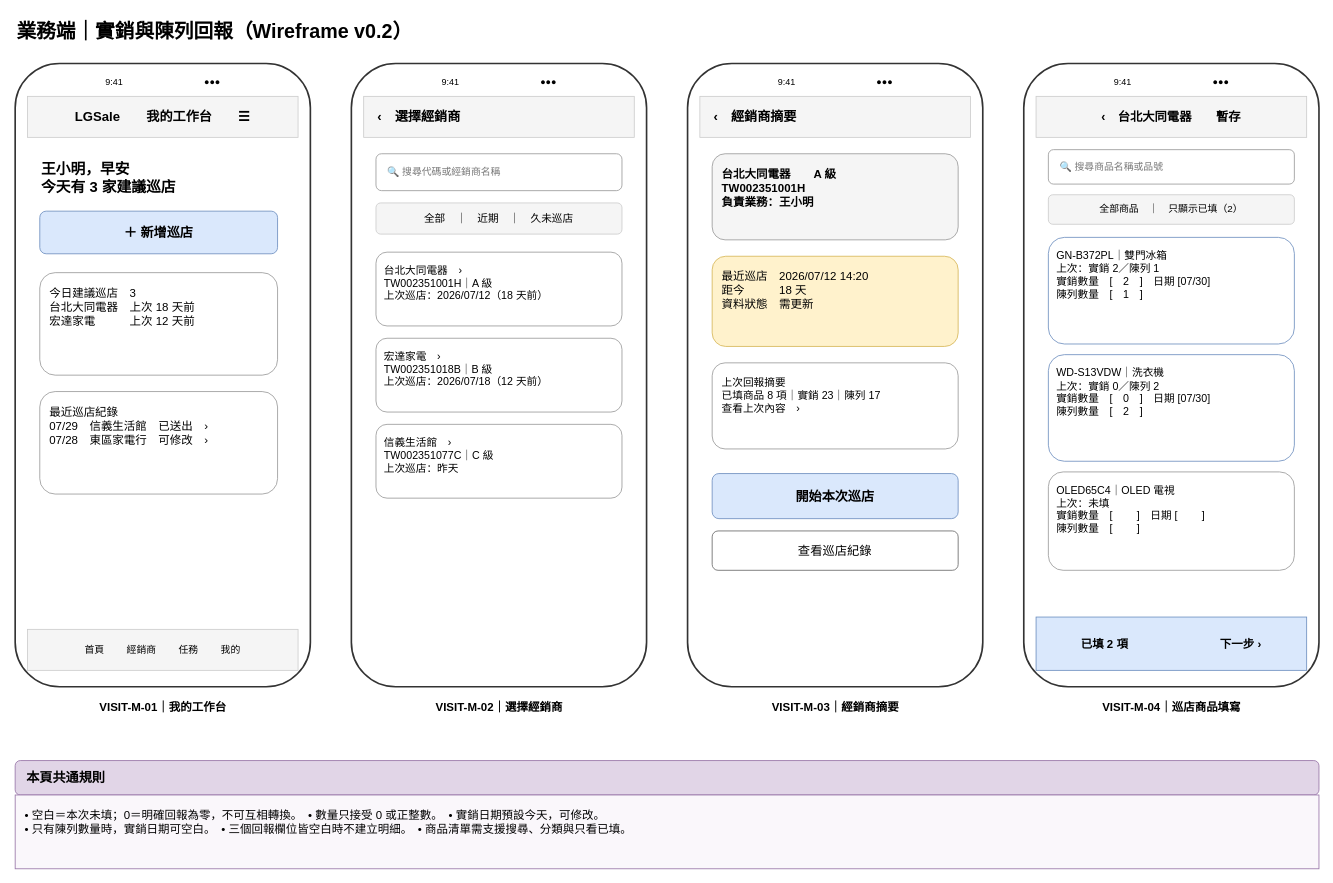
Before: page "02_業務端_實銷與陳列" (3 of 7) of Codex筆記/LGSale_UI_Wireframe.drawio in tim5612/LGSaleOut, a draw.io diagram. Source tidied: cells renumbered, new cells numbered last; positions are measured from the earlier drawing's top-left corner, leaving out a move shared by most shapes. Both pictures are drawn from the tidied source at 82%, with x=0, y=0 at pixel (15, 14).
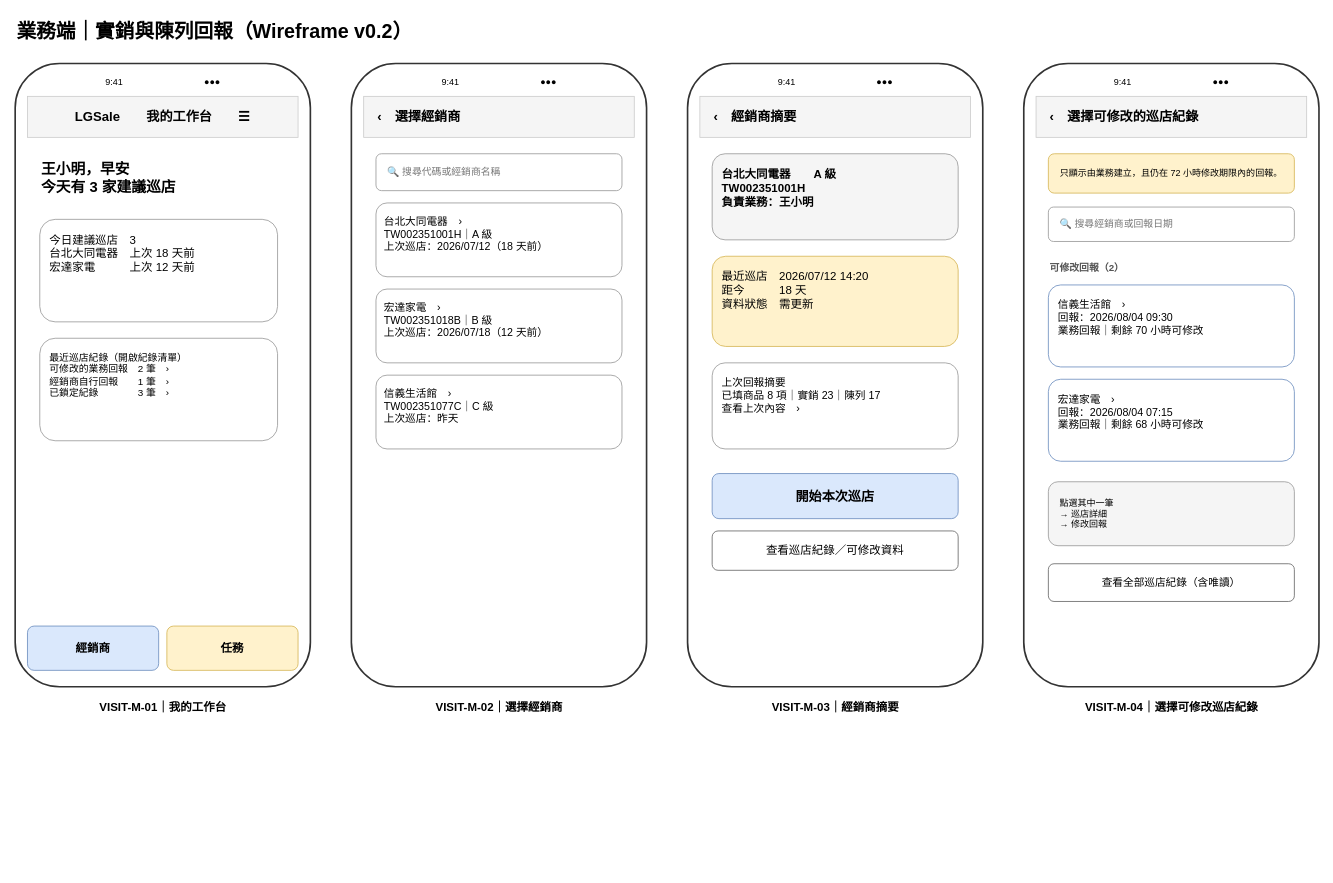
After the change.

Change to the diagram source:
```diff
@@
-    <mxCell id="7" value="＋ 新增巡店" style="rounded=1;whiteSpace=wrap;html=1;fillColor=#dae8fc;strokeColor=#6c8ebf;fontStyle=1;fontSize=16;" parent="1" vertex="1">
-      <mxGeometry x="30" y="240" width="290" height="52" as="geometry" />
-    </mxCell>
     <mxCell id="8" value="今日建議巡店　3&#10;台北大同電器　上次 18 天前&#10;宏達家電　　　上次 12 天前" style="rounded=1;whiteSpace=wrap;html=1;fillColor=#ffffff;strokeColor=#999999;align=left;verticalAlign=top;spacing=12;fontSize=14;" parent="1" vertex="1">
-      <mxGeometry x="30" y="315" width="290" height="125" as="geometry" />
+      <mxGeometry x="30" y="250" width="290" height="125" as="geometry" />
     </mxCell>
-    <mxCell id="9" value="最近巡店紀錄&#10;07/29　信義生活館　已送出　›&#10;07/28　東區家電行　可修改　›" style="rounded=1;whiteSpace=wrap;html=1;fillColor=#ffffff;strokeColor=#999999;align=left;verticalAlign=top;spacing=12;fontSize=14;" parent="1" vertex="1">
-      <mxGeometry x="30" y="460" width="290" height="125" as="geometry" />
+    <mxCell id="9" value="最近巡店紀錄（開啟紀錄清單）&#10;可修改的業務回報　2 筆　›&#10;經銷商自行回報　　1 筆　›&#10;已鎖定紀錄　　　　3 筆　›" style="rounded=1;whiteSpace=wrap;html=1;fillColor=#ffffff;strokeColor=#999999;align=left;verticalAlign=top;spacing=12;fontSize=12;" parent="1" vertex="1">
+      <mxGeometry x="30" y="395" width="290" height="125" as="geometry" />
     </mxCell>
-    <mxCell id="10" value="首頁　　 經銷商　　 任務　　 我的" style="rounded=0;whiteSpace=wrap;html=1;fillColor=#f5f5f5;strokeColor=#cccccc;fontSize=12;" parent="1" vertex="1">
-      <mxGeometry x="15" y="750" width="330" height="50" as="geometry" />
-    </mxCell>
+    <mxCell id="42" value="經銷商" style="rounded=1;whiteSpace=wrap;html=1;fillColor=#dae8fc;strokeColor=#6c8ebf;fontStyle=1;fontSize=14;" parent="1" vertex="1">
+      <mxGeometry x="15" y="746" width="160" height="54" as="geometry" />
+    </mxCell>
+    <mxCell id="43" value="任務" style="rounded=1;whiteSpace=wrap;html=1;fillColor=#fff2cc;strokeColor=#d6b656;fontStyle=1;fontSize=14;" parent="1" vertex="1">
+      <mxGeometry x="185" y="746" width="160" height="54" as="geometry" />
+    </mxCell>
@@
-    <mxCell id="16" value="全部　｜　近期　｜　久未巡店" style="rounded=1;whiteSpace=wrap;html=1;fillColor=#f5f5f5;strokeColor=#cccccc;fontSize=13;" parent="1" vertex="1">
-      <mxGeometry x="440" y="230" width="300" height="38" as="geometry" />
-    </mxCell>
     <mxCell id="17" value="台北大同電器　›&#10;TW002351001H｜A 級&#10;上次巡店：2026/07/12（18 天前）" style="rounded=1;whiteSpace=wrap;html=1;fillColor=#ffffff;strokeColor=#999999;align=left;verticalAlign=top;spacing=10;fontSize=13;" parent="1" vertex="1">
-      <mxGeometry x="440" y="290" width="300" height="90" as="geometry" />
+      <mxGeometry x="440" y="230" width="300" height="90" as="geometry" />
     </mxCell>
     <mxCell id="18" value="宏達家電　›&#10;TW002351018B｜B 級&#10;上次巡店：2026/07/18（12 天前）" style="rounded=1;whiteSpace=wrap;html=1;fillColor=#ffffff;strokeColor=#999999;align=left;verticalAlign=top;spacing=10;fontSize=13;" parent="1" vertex="1">
-      <mxGeometry x="440" y="395" width="300" height="90" as="geometry" />
+      <mxGeometry x="440" y="335" width="300" height="90" as="geometry" />
     </mxCell>
     <mxCell id="19" value="信義生活館　›&#10;TW002351077C｜C 級&#10;上次巡店：昨天" style="rounded=1;whiteSpace=wrap;html=1;fillColor=#ffffff;strokeColor=#999999;align=left;verticalAlign=top;spacing=10;fontSize=13;" parent="1" vertex="1">
-      <mxGeometry x="440" y="500" width="300" height="90" as="geometry" />
+      <mxGeometry x="440" y="440" width="300" height="90" as="geometry" />
     </mxCell>
@@
-    <mxCell id="28" value="查看巡店紀錄" style="rounded=1;whiteSpace=wrap;html=1;fillColor=#ffffff;strokeColor=#666666;fontSize=15;" parent="1" vertex="1">
+    <mxCell id="28" value="查看巡店紀錄／可修改資料" style="rounded=1;whiteSpace=wrap;html=1;fillColor=#ffffff;strokeColor=#666666;fontSize=14;" parent="1" vertex="1">
       <mxGeometry x="850" y="630" width="300" height="48" as="geometry" />
     </mxCell>
@@
-    <mxCell id="32" value="‹　台北大同電器　　暫存" style="rounded=0;whiteSpace=wrap;html=1;fillColor=#f5f5f5;strokeColor=#cccccc;fontStyle=1;fontSize=15;" parent="1" vertex="1">
+    <mxCell id="32" value="‹　選擇可修改的巡店紀錄" style="rounded=0;whiteSpace=wrap;html=1;fillColor=#f5f5f5;strokeColor=#cccccc;fontStyle=1;fontSize=16;align=left;spacingLeft=15;" parent="1" vertex="1">
       <mxGeometry x="1245" y="100" width="330" height="50" as="geometry" />
     </mxCell>
+    <mxCell id="44" value="只顯示由業務建立，且仍在 72 小時修改期限內的回報。" style="rounded=1;whiteSpace=wrap;html=1;fillColor=#fff2cc;strokeColor=#d6b656;fontSize=11;" parent="1" vertex="1">
+      <mxGeometry x="1260" y="170" width="300" height="48" as="geometry" />
+    </mxCell>
-    <mxCell id="33" value="🔍 搜尋商品名稱或品號" style="rounded=1;whiteSpace=wrap;html=1;fillColor=#ffffff;strokeColor=#999999;align=left;spacingLeft=12;fontColor=#777777;" parent="1" vertex="1">
-      <mxGeometry x="1260" y="165" width="300" height="42" as="geometry" />
+    <mxCell id="33" value="🔍 搜尋經銷商或回報日期" style="rounded=1;whiteSpace=wrap;html=1;fillColor=#ffffff;strokeColor=#999999;align=left;spacingLeft=12;fontColor=#777777;fontSize=12;" parent="1" vertex="1">
+      <mxGeometry x="1260" y="235" width="300" height="42" as="geometry" />
     </mxCell>
-    <mxCell id="34" value="全部商品　｜　只顯示已填（2）" style="rounded=1;whiteSpace=wrap;html=1;fillColor=#f5f5f5;strokeColor=#cccccc;fontSize=12;" parent="1" vertex="1">
-      <mxGeometry x="1260" y="220" width="300" height="36" as="geometry" />
-    </mxCell>
-    <mxCell id="35" value="GN-B372PL｜雙門冰箱&#10;上次：實銷 2／陳列 1&#10;實銷數量　[　2　]　日期 [07/30]&#10;陳列數量　[　1　]" style="rounded=1;whiteSpace=wrap;html=1;fillColor=#ffffff;strokeColor=#6c8ebf;align=left;verticalAlign=top;spacing=10;fontSize=13;" parent="1" vertex="1">
-      <mxGeometry x="1260" y="272" width="300" height="130" as="geometry" />
-    </mxCell>
-    <mxCell id="36" value="WD-S13VDW｜洗衣機&#10;上次：實銷 0／陳列 2&#10;實銷數量　[　0　]　日期 [07/30]&#10;陳列數量　[　2　]" style="rounded=1;whiteSpace=wrap;html=1;fillColor=#ffffff;strokeColor=#6c8ebf;align=left;verticalAlign=top;spacing=10;fontSize=13;" parent="1" vertex="1">
-      <mxGeometry x="1260" y="415" width="300" height="130" as="geometry" />
-    </mxCell>
-    <mxCell id="37" value="OLED65C4｜OLED 電視&#10;上次：未填&#10;實銷數量　[　　 ]　日期 [　　 ]&#10;陳列數量　[　　 ]" style="rounded=1;whiteSpace=wrap;html=1;fillColor=#ffffff;strokeColor=#999999;align=left;verticalAlign=top;spacing=10;fontSize=13;" parent="1" vertex="1">
-      <mxGeometry x="1260" y="558" width="300" height="120" as="geometry" />
-    </mxCell>
-    <mxCell id="38" value="已填 2 項　　　　　　　　下一步 ›" style="rounded=0;whiteSpace=wrap;html=1;fillColor=#dae8fc;strokeColor=#6c8ebf;fontStyle=1;fontSize=14;" parent="1" vertex="1">
-      <mxGeometry x="1245" y="735" width="330" height="65" as="geometry" />
-    </mxCell>
+    <mxCell id="45" value="可修改回報（2）" style="text;html=1;fontStyle=1;fontSize=12;align=left;fontColor=#555555;" parent="1" vertex="1">
+      <mxGeometry x="1260" y="295" width="300" height="25" as="geometry" />
+    </mxCell>
+    <mxCell id="46" value="信義生活館　›&#10;回報：2026/08/04 09:30&#10;業務回報｜剩餘 70 小時可修改" style="rounded=1;whiteSpace=wrap;html=1;fillColor=#ffffff;strokeColor=#6c8ebf;align=left;verticalAlign=top;spacing=12;fontSize=13;" parent="1" vertex="1">
+      <mxGeometry x="1260" y="330" width="300" height="100" as="geometry" />
+    </mxCell>
+    <mxCell id="47" value="宏達家電　›&#10;回報：2026/08/04 07:15&#10;業務回報｜剩餘 68 小時可修改" style="rounded=1;whiteSpace=wrap;html=1;fillColor=#ffffff;strokeColor=#6c8ebf;align=left;verticalAlign=top;spacing=12;fontSize=13;" parent="1" vertex="1">
+      <mxGeometry x="1260" y="445" width="300" height="100" as="geometry" />
+    </mxCell>
+    <mxCell id="48" value="點選其中一筆&#10;→ 巡店詳細&#10;→ 修改回報" style="rounded=1;whiteSpace=wrap;html=1;fillColor=#f5f5f5;strokeColor=#999999;align=left;spacingLeft=12;fontSize=11;" parent="1" vertex="1">
+      <mxGeometry x="1260" y="570" width="300" height="78" as="geometry" />
+    </mxCell>
+    <mxCell id="49" value="查看全部巡店紀錄（含唯讀）" style="rounded=1;whiteSpace=wrap;html=1;fillColor=#ffffff;strokeColor=#666666;fontSize=13;" parent="1" vertex="1">
+      <mxGeometry x="1260" y="670" width="300" height="46" as="geometry" />
+    </mxCell>
-    <mxCell id="39" value="VISIT-M-04｜巡店商品填寫" style="text;html=1;fontStyle=1;fontSize=14;align=center;" parent="1" vertex="1">
+    <mxCell id="39" value="VISIT-M-04｜選擇可修改巡店紀錄" style="text;html=1;fontStyle=1;fontSize=14;align=center;" parent="1" vertex="1">
       <mxGeometry x="1230" y="830" width="360" height="30" as="geometry" />
     </mxCell>
-    <mxCell id="40" value="本頁共通規則" style="rounded=1;whiteSpace=wrap;html=1;fillColor=#e1d5e7;strokeColor=#9673a6;fontStyle=1;fontSize=16;align=left;spacingLeft=12;" parent="1" vertex="1">
-      <mxGeometry y="910" width="1590" height="42" as="geometry" />
-    </mxCell>
-    <mxCell id="41" value="• 空白＝本次未填；0＝明確回報為零，不可互相轉換。　• 數量只接受 0 或正整數。　• 實銷日期預設今天，可修改。&#10;• 只有陳列數量時，實銷日期可空白。　• 三個回報欄位皆空白時不建立明細。　• 商品清單需支援搜尋、分類與只看已填。" style="rounded=0;whiteSpace=wrap;html=1;fillColor=#faf7fb;strokeColor=#9673a6;align=left;verticalAlign=top;spacing=12;fontSize=14;" parent="1" vertex="1">
-      <mxGeometry y="952" width="1590" height="90" as="geometry" />
-    </mxCell>
```
